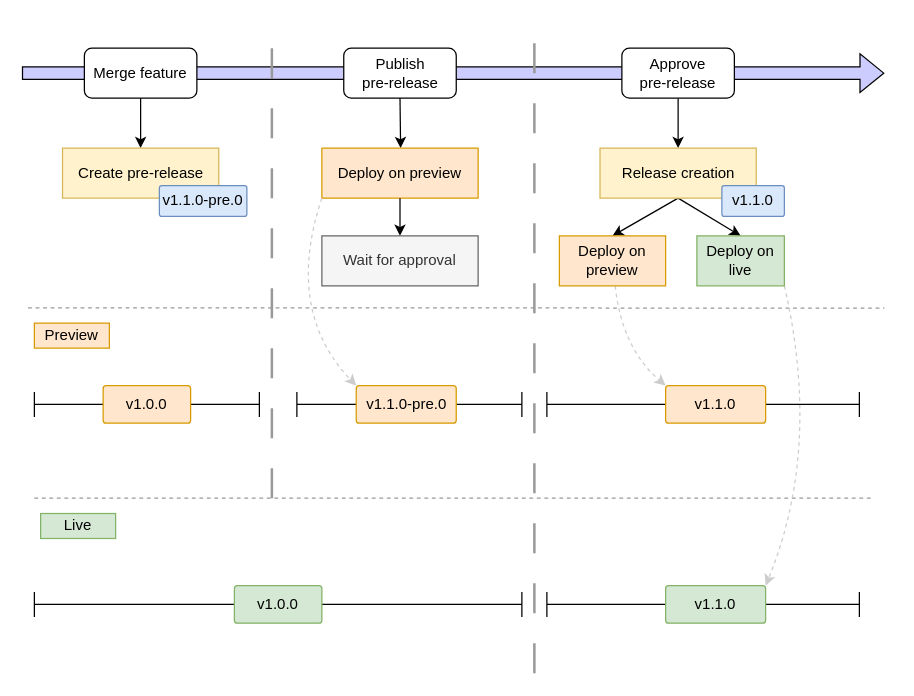
The draw.io diagram page "feature" (2 of 5) of assets/workflow_pre-release.drawio in gscandola/releases_playground, before the edit. Source tidied: cells renumbered, new cells numbered last; positions are measured from the earlier drawing's top-left corner, leaving out a move shared by most shapes. Both pictures are drawn from the tidied source at 125%, with x=0, y=0 at pixel (21, 22).
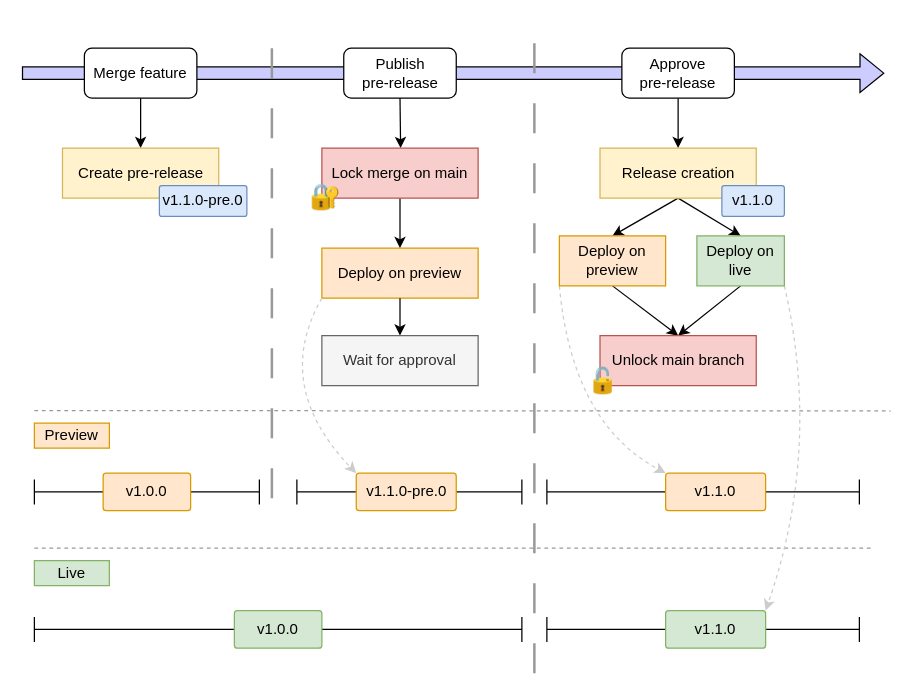
The same diagram, later.

Commit message (it also covers changes not shown here):
docs: update schema with lock

Unchanged cells that the change refers to:
```xml
<mxCell id="22" value="Deploy on preview" style="rounded=0;whiteSpace=wrap;html=1;fillColor=#ffe6cc;strokeColor=#d79b00;" parent="1" vertex="1">
  <mxGeometry x="430" y="170.2" width="85" height="40" as="geometry" />
</mxCell>
<mxCell id="24" value="Deploy on live" style="rounded=0;whiteSpace=wrap;html=1;fillColor=#d5e8d4;strokeColor=#82b366;" parent="1" vertex="1">
  <mxGeometry x="540" y="170.2" width="70" height="40" as="geometry" />
</mxCell>
<mxCell id="30" value="v1.1.0" style="rounded=1;whiteSpace=wrap;html=1;arcSize=8;rotation=0;fillColor=#ffe6cc;strokeColor=#d79b00;" parent="28" vertex="1">
  <mxGeometry x="95" width="80" height="30" as="geometry" />
</mxCell>
<mxCell id="36" value="v1.1.0-pre.0" style="rounded=1;whiteSpace=wrap;html=1;arcSize=8;rotation=0;fillColor=#ffe6cc;strokeColor=#d79b00;" parent="34" vertex="1">
  <mxGeometry x="47.5" width="80" height="30" as="geometry" />
</mxCell>
```

The edit, as a diff of the source:
```diff
@@
     <mxCell id="5" style="endArrow=none;html=1;rounded=0;strokeColor=#999999;dashed=1;" parent="1" edge="1">
       <mxGeometry relative="1" as="geometry">
-        <mxPoint x="5" y="227.7" as="sourcePoint" />
-        <mxPoint x="690" y="228" as="targetPoint" />
+        <mxPoint x="10" y="310" as="sourcePoint" />
+        <mxPoint x="695" y="310.3" as="targetPoint" />
       </mxGeometry>
     </mxCell>
     <mxCell id="6" value="Preview" style="rounded=0;whiteSpace=wrap;html=1;fillColor=#ffe6cc;strokeColor=#d79b00;" parent="1" vertex="1">
-      <mxGeometry x="10" y="240" width="60" height="20" as="geometry" />
+      <mxGeometry x="10" y="320" width="60" height="20" as="geometry" />
     </mxCell>
     <mxCell id="7" style="endArrow=none;html=1;rounded=0;strokeColor=#999999;dashed=1;" parent="1" edge="1">
       <mxGeometry relative="1" as="geometry">
-        <mxPoint x="10" y="380" as="sourcePoint" />
-        <mxPoint x="680" y="380" as="targetPoint" />
+        <mxPoint x="10" y="420" as="sourcePoint" />
+        <mxPoint x="680" y="420" as="targetPoint" />
       </mxGeometry>
     </mxCell>
     <mxCell id="8" value="Live" style="rounded=0;whiteSpace=wrap;html=1;fillColor=#d5e8d4;strokeColor=#82b366;" parent="1" vertex="1">
-      <mxGeometry x="15" y="392.3" width="60" height="20" as="geometry" />
+      <mxGeometry x="10" y="430" width="60" height="20" as="geometry" />
     </mxCell>
@@
     <mxCell id="12" value="Deploy on preview" style="rounded=0;whiteSpace=wrap;html=1;fillColor=#ffe6cc;strokeColor=#d79b00;" parent="1" vertex="1">
-      <mxGeometry x="240" y="100" width="125" height="40" as="geometry" />
+      <mxGeometry x="240" y="180" width="125" height="40" as="geometry" />
     </mxCell>
@@
     <mxCell id="14" value="Wait for approval" style="rounded=0;whiteSpace=wrap;html=1;fillColor=#f5f5f5;strokeColor=#666666;fontColor=#333333;" parent="1" vertex="1">
-      <mxGeometry x="240" y="170.2" width="125" height="40" as="geometry" />
+      <mxGeometry x="240" y="250" width="125" height="40" as="geometry" />
     </mxCell>
     <mxCell id="15" style="endArrow=classic;html=1;rounded=0;entryX=0;entryY=0;entryDx=0;entryDy=0;exitX=0;exitY=1;exitDx=0;exitDy=0;curved=1;strokeColor=#CCCCCC;dashed=1;" parent="1" edge="1" source="12" target="36">
       <mxGeometry relative="1" as="geometry">
         <Array as="points">
-          <mxPoint x="210" y="230" />
+          <mxPoint x="200" y="290" />
         </Array>
       </mxGeometry>
     </mxCell>
@@
-    <mxCell id="21" style="rounded=0;jettySize=auto;html=1;entryX=0;entryY=0;entryDx=0;entryDy=0;dashed=1;curved=1;strokeColor=#CCCCCC;" parent="1" edge="1" source="22" target="30">
+    <mxCell id="21" style="rounded=0;jettySize=auto;html=1;entryX=0;entryY=0;entryDx=0;entryDy=0;dashed=1;curved=1;strokeColor=#CCCCCC;exitX=0;exitY=1;exitDx=0;exitDy=0;" parent="1" edge="1" source="22" target="30">
       <mxGeometry relative="1" as="geometry">
         <Array as="points">
-          <mxPoint x="480" y="260" />
+          <mxPoint x="440" y="320" />
         </Array>
       </mxGeometry>
     </mxCell>
+    <mxCell id="46" style="rounded=0;jettySize=auto;html=1;exitX=0.5;exitY=1;exitDx=0;exitDy=0;entryX=0.5;entryY=0;entryDx=0;entryDy=0;" parent="1" edge="1" source="22" target="50">
+      <mxGeometry relative="1" as="geometry" />
+    </mxCell>
@@
+    <mxCell id="47" style="rounded=0;jettySize=auto;html=1;exitX=0.5;exitY=1;exitDx=0;exitDy=0;entryX=0.5;entryY=0;entryDx=0;entryDy=0;" parent="1" edge="1" source="24" target="50">
+      <mxGeometry relative="1" as="geometry" />
+    </mxCell>
@@
     <mxCell id="25" style="group;arcSize=12;" parent="1" vertex="1">
-      <mxGeometry x="10" y="450" width="390" height="30" as="geometry" />
+      <mxGeometry x="10" y="470" width="390" height="30" as="geometry" />
     </mxCell>
@@
     <mxCell id="28" style="group;" parent="1" vertex="1">
-      <mxGeometry x="420" y="290" width="250" height="30" as="geometry" />
+      <mxGeometry x="420" y="360" width="250" height="30" as="geometry" />
     </mxCell>
@@
     <mxCell id="31" style="group;" parent="1" vertex="1">
-      <mxGeometry x="420" y="450" width="250" height="30" as="geometry" />
+      <mxGeometry x="420" y="470" width="250" height="30" as="geometry" />
     </mxCell>
@@
     <mxCell id="34" style="group;" parent="1" vertex="1">
-      <mxGeometry x="220" y="290" width="180" height="30" as="geometry" />
+      <mxGeometry x="220" y="360" width="180" height="30" as="geometry" />
     </mxCell>
@@
     <mxCell id="37" style="group;" parent="1" vertex="1">
-      <mxGeometry x="10" y="290" width="180" height="30" as="geometry" />
+      <mxGeometry x="10" y="360" width="180" height="30" as="geometry" />
     </mxCell>
@@
+    <mxCell id="48" style="edgeStyle=orthogonalEdgeStyle;rounded=0;jettySize=auto;html=1;exitX=0.5;exitY=1;exitDx=0;exitDy=0;entryX=0.5;entryY=0;entryDx=0;entryDy=0;" parent="1" edge="1" source="53" target="12">
+      <mxGeometry relative="1" as="geometry" />
+    </mxCell>
+    <mxCell id="49" style="group;" parent="1" vertex="1">
+      <mxGeometry x="450" y="250" width="137.5" height="50" as="geometry" />
+    </mxCell>
+    <mxCell id="50" value="Unlock main branch" style="rounded=0;whiteSpace=wrap;html=1;fillColor=#f8cecc;strokeColor=#b85450;gradientColor=none;" parent="49" vertex="1">
+      <mxGeometry x="12.5" width="125" height="40" as="geometry" />
+    </mxCell>
+    <mxCell id="51" value="&lt;span style=&quot;font-size: 20px;&quot;&gt;🔓&lt;/span&gt;" style="text;html=1;strokeColor=none;fillColor=none;align=center;verticalAlign=middle;whiteSpace=wrap;rounded=0;" parent="49" vertex="1">
+      <mxGeometry y="20" width="30" height="30" as="geometry" />
+    </mxCell>
+    <mxCell id="52" style="group;" parent="1" vertex="1">
+      <mxGeometry x="227.5" y="100" width="137.5" height="53" as="geometry" />
+    </mxCell>
+    <mxCell id="53" value="Lock merge on main" style="rounded=0;whiteSpace=wrap;html=1;fillColor=#f8cecc;strokeColor=#b85450;gradientColor=none;" parent="52" vertex="1">
+      <mxGeometry x="12.5" width="125" height="40" as="geometry" />
+    </mxCell>
+    <mxCell id="54" value="&lt;font style=&quot;font-size: 20px;&quot;&gt;🔐&lt;/font&gt;" style="text;html=1;strokeColor=none;fillColor=none;align=center;verticalAlign=middle;whiteSpace=wrap;rounded=0;" parent="52" vertex="1">
+      <mxGeometry y="23" width="30" height="30" as="geometry" />
+    </mxCell>
```
